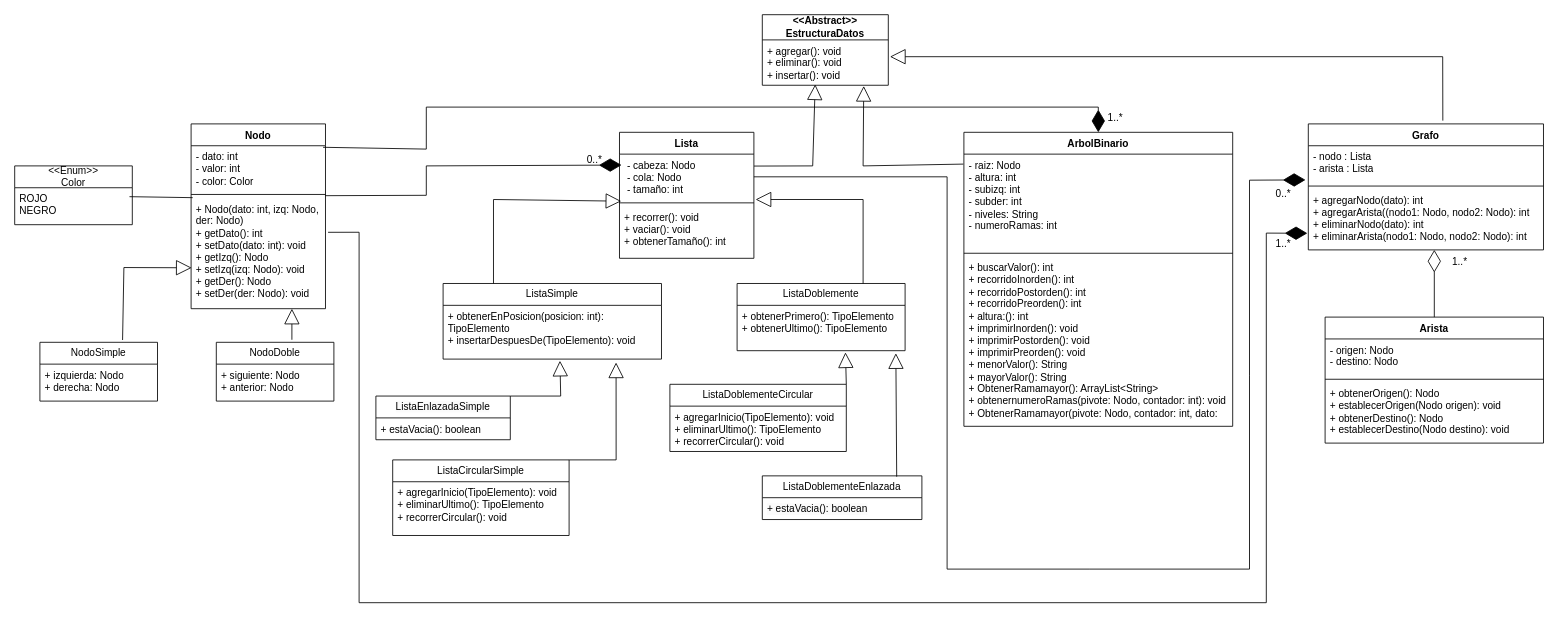
Above: ACD - Estructuras de datos.drawio in Nikooll/ACD---Estructuras-de-datos (draw.io), before the change. Source tidied: cells renumbered, new cells numbered last; positions are measured from the earlier drawing's top-left corner, leaving out a move shared by most shapes. Both pictures are drawn from the tidied source at 84%, with x=0, y=0 at pixel (14, 14).
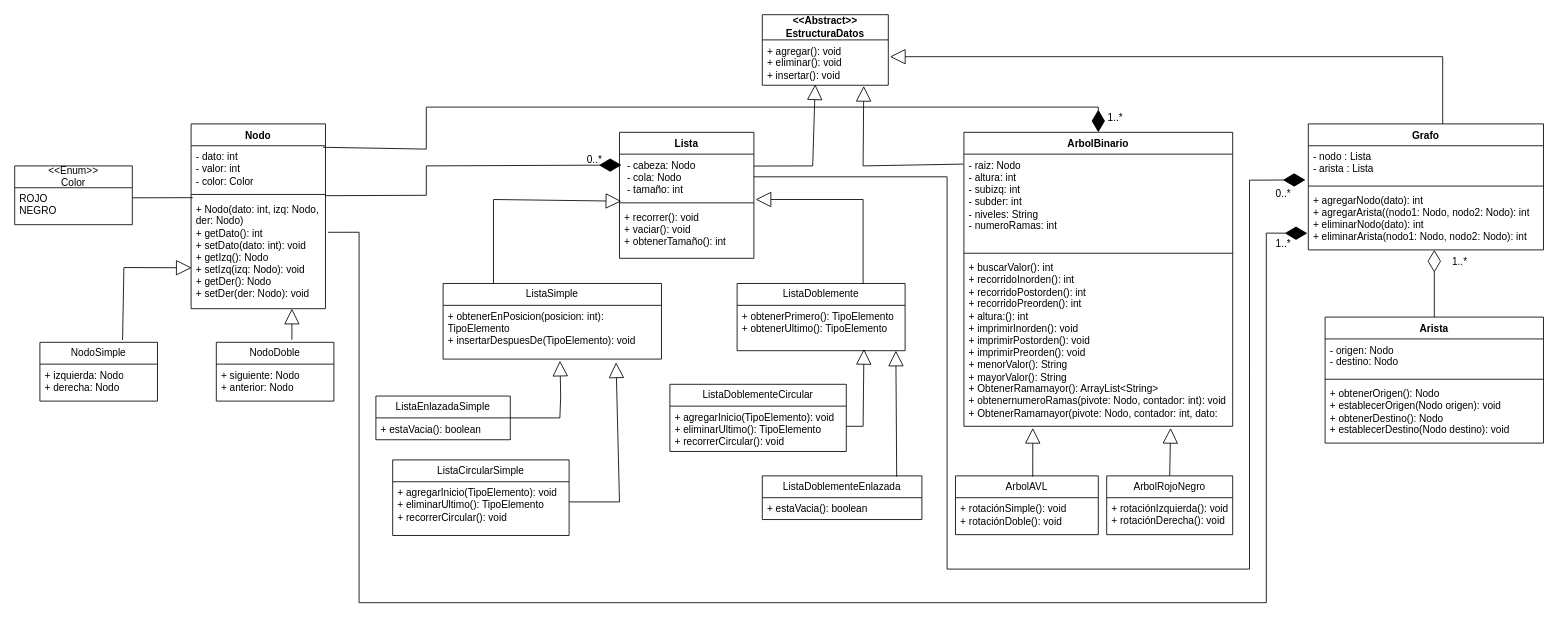
The same diagram, later.

Unchanged cells that the change refers to:
```xml
<mxCell id="7" value="+ buscarValor(): int&lt;br&gt;+ recorridoInorden(): int&lt;br&gt;+ recorridoPostorden(): int&lt;br&gt;+ recorridoPreorden(): int&lt;br&gt;+ altura:(): int&lt;br&gt;+ imprimirInorden(): void&lt;br&gt;+ imprimirPostorden(): void&lt;br&gt;+ imprimirPreorden(): void&lt;br&gt;&lt;div&gt;+ menorValor(): String&lt;br&gt;+ mayorValor(): String&lt;br&gt;+ ObtenerRamamayor(): ArrayList&amp;lt;String&amp;gt;&lt;br&gt;+ obtenernumeroRamas(pivote: Nodo, contador: int): void&lt;br&gt;+ ObtenerRamamayor(pivote: Nodo, contador: int, dato:&lt;br&gt;&lt;/div&gt;" style="text;strokeColor=none;fillColor=none;align=left;verticalAlign=top;spacingLeft=4;spacingRight=4;overflow=hidden;points=[[0,0.5],[1,0.5]];portConstraint=eastwest;whiteSpace=wrap;html=1;" parent="4" vertex="1">
  <mxGeometry y="148" width="320" height="202" as="geometry" />
</mxCell>
<mxCell id="13" value="+ obtenerPrimero(): TipoElemento&lt;br&gt;+ obtenerUltimo(): TipoElemento" style="text;strokeColor=none;fillColor=none;align=left;verticalAlign=top;spacingLeft=4;spacingRight=4;overflow=hidden;points=[[0,0.5],[1,0.5]];portConstraint=eastwest;whiteSpace=wrap;html=1;" parent="12" vertex="1">
  <mxGeometry y="26" width="200" height="54" as="geometry" />
</mxCell>
<mxCell id="15" value="+ obtenerEnPosicion(posicion: int): TipoElemento&lt;br&gt;+ insertarDespuesDe(TipoElemento): void&amp;nbsp;&amp;nbsp; " style="text;strokeColor=none;fillColor=none;align=left;verticalAlign=top;spacingLeft=4;spacingRight=4;overflow=hidden;points=[[0,0.5],[1,0.5]];portConstraint=eastwest;whiteSpace=wrap;html=1;" parent="14" vertex="1">
  <mxGeometry y="26" width="260" height="64" as="geometry" />
</mxCell>
<mxCell id="18" value="&lt;span style=&quot;color: rgb(0, 0, 0); font-family: Helvetica; font-size: 12px; font-style: normal; font-variant-ligatures: normal; font-variant-caps: normal; letter-spacing: normal; text-align: center; text-indent: 0px; text-transform: none; word-spacing: 0px; -webkit-text-stroke-width: 0px; white-space: nowrap; background-color: rgb(251, 251, 251); text-decoration-thickness: initial; text-decoration-style: initial; text-decoration-color: initial; display: inline !important; float: none;&quot;&gt;ListaEnlazadaSimple&lt;/span&gt;" style="swimlane;fontStyle=0;horizontal=1;startSize=26;fillColor=none;whiteSpace=wrap;html=1;" parent="1" vertex="1">
  <mxGeometry x="430" y="454" width="160" height="52" as="geometry" />
</mxCell>
<mxCell id="21" value="+ agregarInicio(TipoElemento): void &lt;br&gt;+ eliminarUltimo(): TipoElemento &lt;br&gt;+ recorrerCircular(): void&amp;nbsp; " style="text;strokeColor=none;fillColor=none;align=left;verticalAlign=top;spacingLeft=4;spacingRight=4;overflow=hidden;points=[[0,0.5],[1,0.5]];portConstraint=eastwest;whiteSpace=wrap;html=1;" parent="20" vertex="1">
  <mxGeometry y="26" width="210" height="64" as="geometry" />
</mxCell>
<mxCell id="22" value="ListaDoblementeCircular" style="swimlane;fontStyle=0;horizontal=1;startSize=26;fillColor=none;whiteSpace=wrap;html=1;" parent="1" vertex="1">
  <mxGeometry x="780" y="440" width="210" height="80" as="geometry" />
</mxCell>
<mxCell id="32" value="Grafo" style="swimlane;fontStyle=1;align=center;verticalAlign=top;horizontal=1;startSize=26;whiteSpace=wrap;html=1;" parent="1" vertex="1">
  <mxGeometry x="1540" y="130" width="280" height="150" as="geometry" />
</mxCell>
<mxCell id="44" style="line;strokeWidth=1;fillColor=none;align=left;verticalAlign=middle;spacingTop=-1;spacingLeft=3;spacingRight=3;labelPosition=right;points=[];portConstraint=eastwest;strokeColor=inherit;" parent="42" vertex="1">
  <mxGeometry y="80" width="160" height="8" as="geometry" />
</mxCell>
<mxCell id="47" value="&lt;div&gt;ROJO&lt;/div&gt;&lt;div&gt;NEGRO&lt;br&gt;&lt;/div&gt;" style="text;strokeColor=none;fillColor=none;align=left;verticalAlign=top;spacingLeft=4;spacingRight=4;overflow=hidden;points=[[0,0.5],[1,0.5]];portConstraint=eastwest;whiteSpace=wrap;html=1;" parent="46" vertex="1">
  <mxGeometry y="26" width="140" height="44" as="geometry" />
</mxCell>
```

Change to the diagram source:
```diff
@@
-    <mxCell id="24" style="endArrow=block;endSize=16;endFill=0;html=1;rounded=0;exitX=1;exitY=0;exitDx=0;exitDy=0;entryX=0.535;entryY=1.031;entryDx=0;entryDy=0;entryPerimeter=0;" parent="1" edge="1" source="18" target="15">
+    <mxCell id="24" style="endArrow=block;endSize=16;endFill=0;html=1;rounded=0;exitX=1;exitY=0.5;exitDx=0;exitDy=0;entryX=0.535;entryY=1.031;entryDx=0;entryDy=0;entryPerimeter=0;" parent="1" edge="1" source="18" target="15">
       <mxGeometry relative="1" as="geometry">
         <Array as="points">
+          <mxPoint x="649" y="480" />
           <mxPoint x="650" y="454" />
         </Array>
       </mxGeometry>
     </mxCell>
-    <mxCell id="25" style="endArrow=block;endSize=16;endFill=0;html=1;rounded=0;entryX=0.792;entryY=1.063;entryDx=0;entryDy=0;entryPerimeter=0;" parent="1" edge="1" target="15">
+    <mxCell id="25" style="endArrow=block;endSize=16;endFill=0;html=1;rounded=0;entryX=0.792;entryY=1.063;entryDx=0;entryDy=0;entryPerimeter=0;exitX=1;exitY=0.375;exitDx=0;exitDy=0;exitPerimeter=0;" parent="1" edge="1" source="21" target="15">
       <mxGeometry relative="1" as="geometry">
-        <mxPoint x="660" y="530" as="sourcePoint" />
         <Array as="points">
-          <mxPoint x="716" y="530" />
+          <mxPoint x="720" y="580" />
         </Array>
       </mxGeometry>
     </mxCell>
-    <mxCell id="26" style="endArrow=block;endSize=16;endFill=0;html=1;rounded=0;exitX=1;exitY=0;exitDx=0;exitDy=0;entryX=0.645;entryY=1.037;entryDx=0;entryDy=0;entryPerimeter=0;" parent="1" edge="1" source="22" target="13">
-      <mxGeometry relative="1" as="geometry" />
+    <mxCell id="26" style="endArrow=block;endSize=16;endFill=0;html=1;rounded=0;entryX=0.755;entryY=0.963;entryDx=0;entryDy=0;entryPerimeter=0;" parent="1" edge="1" target="13">
+      <mxGeometry relative="1" as="geometry">
+        <mxPoint x="990" y="490" as="sourcePoint" />
+        <Array as="points">
+          <mxPoint x="1010" y="490" />
+        </Array>
+      </mxGeometry>
     </mxCell>
-    <mxCell id="27" style="endArrow=block;endSize=16;endFill=0;html=1;rounded=0;entryX=0.945;entryY=1.056;entryDx=0;entryDy=0;entryPerimeter=0;" parent="1" edge="1" target="13">
+    <mxCell id="27" style="endArrow=block;endSize=16;endFill=0;html=1;rounded=0;" parent="1" edge="1">
       <mxGeometry relative="1" as="geometry">
         <mxPoint x="1050" y="550" as="sourcePoint" />
+        <mxPoint x="1049" y="400" as="targetPoint" />
       </mxGeometry>
     </mxCell>
@@
-    <mxCell id="41" style="endArrow=block;endSize=16;endFill=0;html=1;rounded=0;exitX=0.572;exitY=-0.026;exitDx=0;exitDy=0;exitPerimeter=0;" parent="1" edge="1" source="32">
+    <mxCell id="41" style="endArrow=block;endSize=16;endFill=0;html=1;rounded=0;" parent="1" edge="1">
       <mxGeometry relative="1" as="geometry">
+        <mxPoint x="1700" y="130" as="sourcePoint" />
         <mxPoint x="1042" y="50" as="targetPoint" />
         <Array as="points">
           <mxPoint x="1700" y="50" />
         </Array>
       </mxGeometry>
     </mxCell>
@@
-    <mxCell id="48" style="endArrow=none;html=1;rounded=0;exitX=0.976;exitY=0.242;exitDx=0;exitDy=0;exitPerimeter=0;entryX=0.012;entryY=0.978;entryDx=0;entryDy=0;entryPerimeter=0;" parent="1" edge="1" source="47" target="44">
-      <mxGeometry relative="1" as="geometry" />
+    <mxCell id="48" style="endArrow=none;html=1;rounded=0;entryX=0.012;entryY=0.978;entryDx=0;entryDy=0;entryPerimeter=0;" parent="1" edge="1" target="44">
+      <mxGeometry relative="1" as="geometry">
+        <mxPoint x="140" y="218" as="sourcePoint" />
+      </mxGeometry>
     </mxCell>
@@
+    <mxCell id="64" value="ArbolAVL" style="swimlane;fontStyle=0;horizontal=1;startSize=26;fillColor=none;whiteSpace=wrap;html=1;" parent="1" vertex="1">
+      <mxGeometry x="1120" y="549" width="170" height="70" as="geometry" />
+    </mxCell>
+    <mxCell id="65" value="&lt;code&gt;&lt;font face=&quot;Helvetica&quot;&gt;+ rotaciónSimple(): void&lt;br&gt;+ rotaciónDoble(): void&lt;/font&gt;&lt;/code&gt;" style="text;strokeColor=none;fillColor=none;align=left;verticalAlign=top;spacingLeft=4;spacingRight=4;overflow=hidden;whiteSpace=wrap;html=1;" parent="64" vertex="1">
+      <mxGeometry y="26" width="170" height="44" as="geometry" />
+    </mxCell>
+    <mxCell id="66" value="ArbolRojoNegro" style="swimlane;fontStyle=0;horizontal=1;startSize=26;fillColor=none;whiteSpace=wrap;html=1;" parent="1" vertex="1">
+      <mxGeometry x="1300" y="549" width="150" height="70" as="geometry" />
+    </mxCell>
+    <mxCell id="67" value="+ rotaciónIzquierda(): void&lt;br&gt;+ rotaciónDerecha(): void" style="text;strokeColor=none;fillColor=none;align=left;verticalAlign=top;spacingLeft=4;spacingRight=4;overflow=hidden;whiteSpace=wrap;html=1;" parent="66" vertex="1">
+      <mxGeometry y="26" width="150" height="44" as="geometry" />
+    </mxCell>
+    <mxCell id="68" style="endArrow=block;endSize=16;endFill=0;html=1;rounded=0;exitX=0.5;exitY=0;exitDx=0;exitDy=0;entryX=0.769;entryY=1.01;entryDx=0;entryDy=0;entryPerimeter=0;" parent="1" edge="1" source="66" target="7">
+      <mxGeometry relative="1" as="geometry" />
+    </mxCell>
+    <mxCell id="69" style="endArrow=block;endSize=16;endFill=0;html=1;rounded=0;exitX=0.541;exitY=0.014;exitDx=0;exitDy=0;exitPerimeter=0;" parent="1" edge="1" source="64">
+      <mxGeometry relative="1" as="geometry">
+        <mxPoint x="1212" y="492" as="targetPoint" />
+      </mxGeometry>
+    </mxCell>
```
